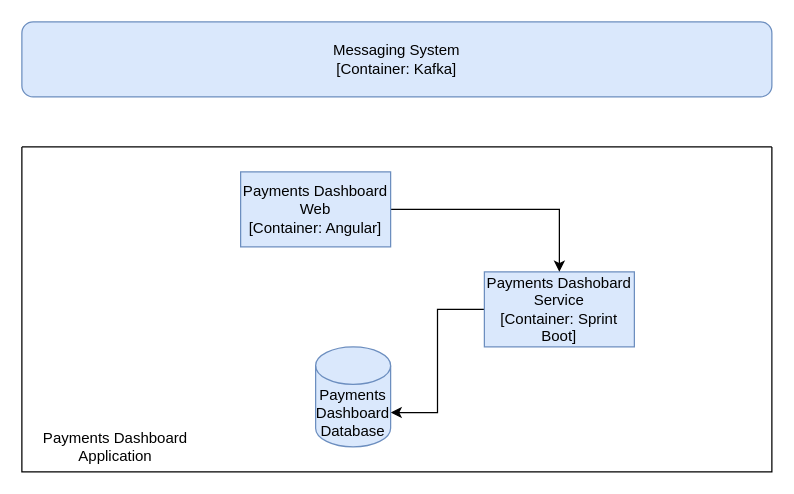
Earlier version of the draw.io diagram Payment Dashboard - Container Diagram.drawio (dinesh-i/payment-business-dashboard). Source tidied: cells renumbered, new cells numbered last; positions are measured from the earlier drawing's top-left corner, leaving out a move shared by most shapes. Both pictures are drawn from the tidied source at 125%, with x=0, y=0 at pixel (21, 21).
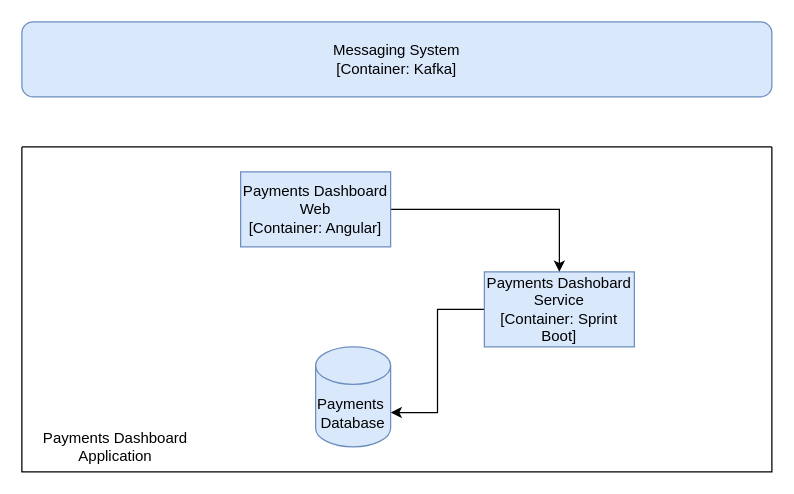
After the change.

The edit, as a diff of the source:
```diff
@@
 <mxGraphModel>
   <root>
     <mxCell id="0" />
     <mxCell id="1" parent="0" />
     <mxCell id="2" style="swimlane;startSize=0;" parent="1" vertex="1">
       <mxGeometry y="100" width="600" height="260" as="geometry" />
     </mxCell>
     <mxCell id="3" style="edgeStyle=orthogonalEdgeStyle;rounded=0;jettySize=auto;html=1;entryX=1;entryY=0;entryDx=0;entryDy=52.5;entryPerimeter=0;" parent="2" edge="1" source="4" target="5">
       <mxGeometry relative="1" as="geometry" />
     </mxCell>
     <mxCell id="4" value="Payments Dashobard Service&lt;br&gt;[Container: Sprint Boot]" style="rounded=0;whiteSpace=wrap;html=1;fillColor=#dae8fc;strokeColor=#6c8ebf;" parent="2" vertex="1">
       <mxGeometry x="370" y="100" width="120" height="60" as="geometry" />
     </mxCell>
-    <mxCell id="5" value="&lt;span&gt;Payments Dashboard Database&lt;/span&gt;" style="shape=cylinder3;whiteSpace=wrap;html=1;boundedLbl=1;backgroundOutline=1;size=15;fillColor=#dae8fc;strokeColor=#6c8ebf;" parent="2" vertex="1">
+    <mxCell id="5" value="&lt;span&gt;Payments&amp;nbsp; Database&lt;/span&gt;" style="shape=cylinder3;whiteSpace=wrap;html=1;boundedLbl=1;backgroundOutline=1;size=15;fillColor=#dae8fc;strokeColor=#6c8ebf;" parent="2" vertex="1">
       <mxGeometry x="235" y="160" width="60" height="80" as="geometry" />
     </mxCell>
     <mxCell id="6" style="edgeStyle=orthogonalEdgeStyle;rounded=0;jettySize=auto;html=1;entryX=0.5;entryY=0;entryDx=0;entryDy=0;" parent="2" edge="1" source="7" target="4">
       <mxGeometry relative="1" as="geometry" />
     </mxCell>
     <mxCell id="7" value="Payments Dashboard Web&lt;br&gt;[Container: Angular]" style="rounded=0;whiteSpace=wrap;html=1;fillColor=#dae8fc;strokeColor=#6c8ebf;" parent="2" vertex="1">
       <mxGeometry x="175" y="20" width="120" height="60" as="geometry" />
     </mxCell>
     <mxCell id="8" value="Payments Dashboard Application" style="text;html=1;strokeColor=none;fillColor=none;align=center;verticalAlign=middle;whiteSpace=wrap;rounded=0;" parent="2" vertex="1">
       <mxGeometry x="10" y="230" width="130" height="20" as="geometry" />
     </mxCell>
     <mxCell id="9" value="Messaging System&lt;br&gt;[Container: Kafka]" style="rounded=1;whiteSpace=wrap;html=1;fillColor=#dae8fc;strokeColor=#6c8ebf;" parent="1" vertex="1">
       <mxGeometry width="600" height="60" as="geometry" />
     </mxCell>
   </root>
 </mxGraphModel>
```
